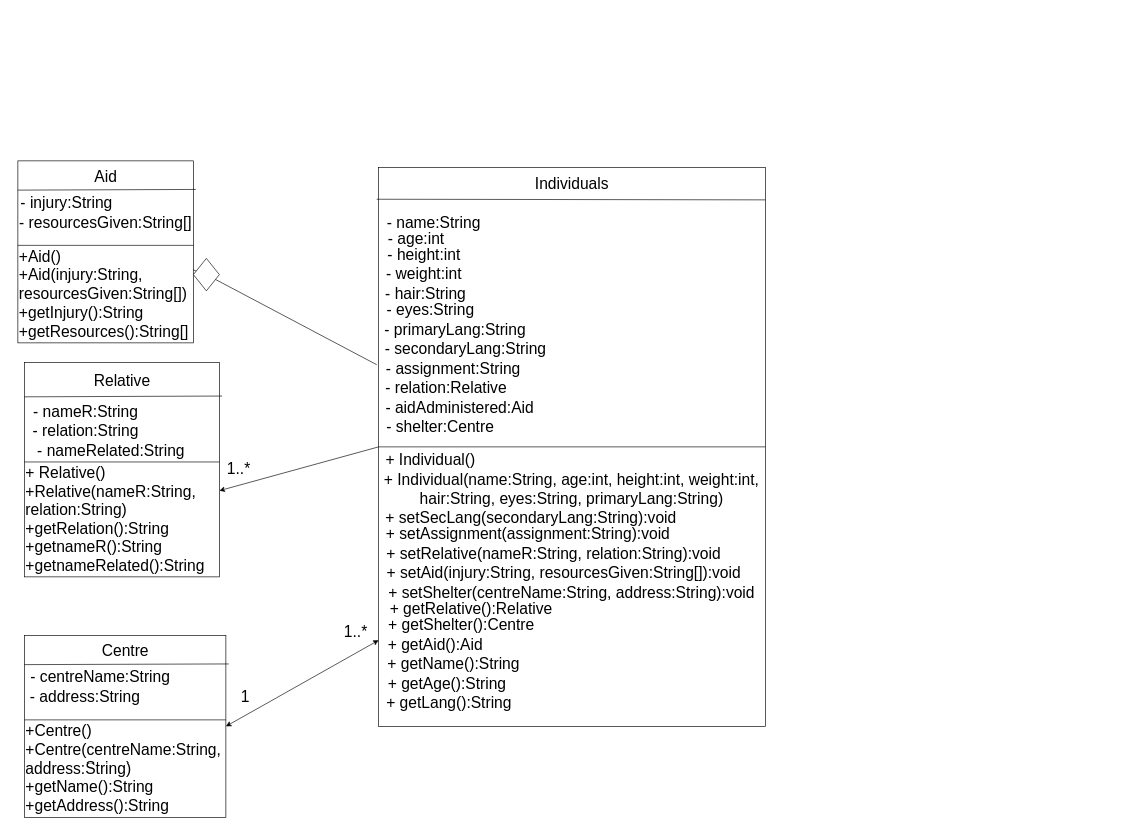
This is Group project 1/disaster_relief_system.drawio from Hisada-VI/ENSF-380-assignments, a draw.io file, before an edit. Source tidied: cells renumbered, new cells numbered last; positions are measured from the earlier drawing's top-left corner, leaving out a move shared by most shapes. Both pictures are drawn from the tidied source at 65%, with x=0, y=0 at pixel (11, 161).
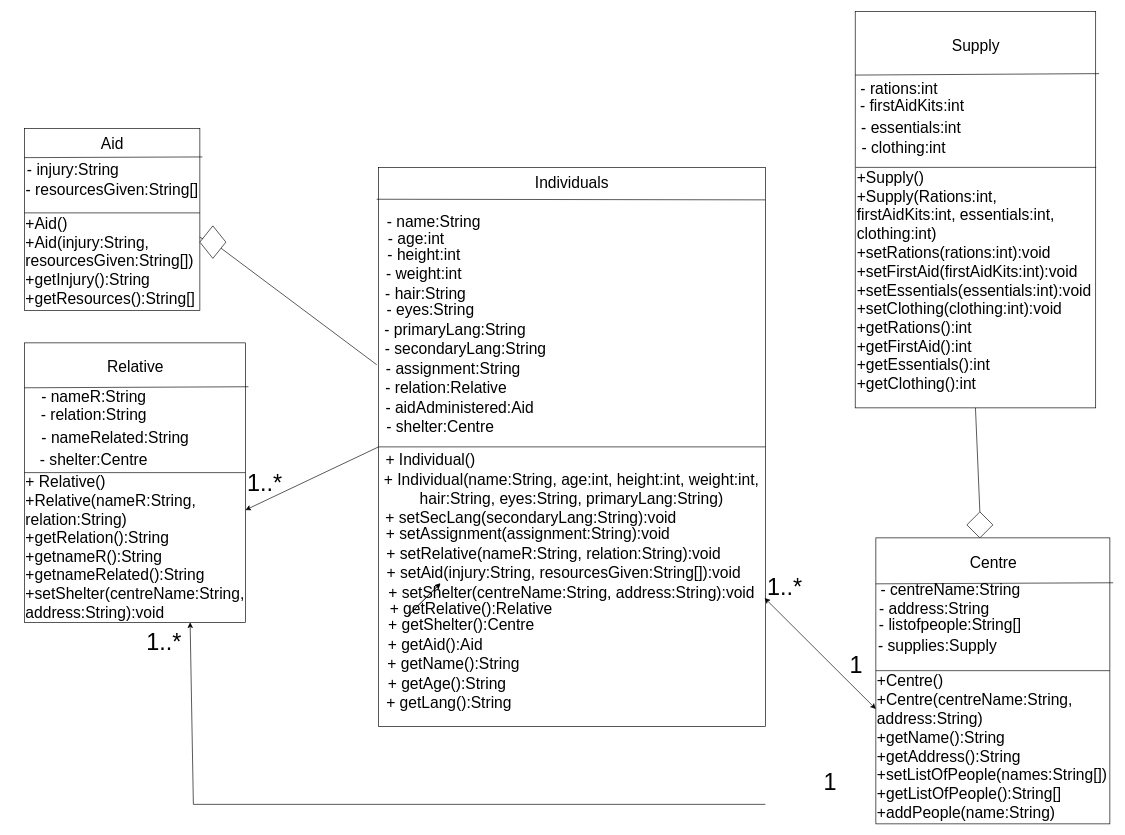
The same diagram, later.

Unchanged cells that the change refers to:
```xml
<mxCell id="11" style="rounded=0;whiteSpace=wrap;html=1;" parent="10" vertex="1">
  <mxGeometry x="25" width="595" height="860" as="geometry" />
</mxCell>
<mxCell id="33" value="+ setShelter(centreName:String, address:String):void" style="text;html=1;strokeColor=none;fillColor=none;align=center;verticalAlign=middle;whiteSpace=wrap;rounded=0;fontSize=24;" parent="10" vertex="1">
  <mxGeometry x="25" y="640" width="593.8" height="30" as="geometry" />
</mxCell>
<mxCell id="36" value="+ getAid():Aid" style="text;html=1;strokeColor=none;fillColor=none;align=center;verticalAlign=middle;whiteSpace=wrap;rounded=0;fontSize=24;" parent="10" vertex="1">
  <mxGeometry x="25" y="720" width="175" height="30" as="geometry" />
</mxCell>
```

What changed in the source:
```diff
@@
     <mxCell id="2" style="group;" parent="1" vertex="1">
-      <mxGeometry x="10" width="270" height="280" as="geometry" />
+      <mxGeometry x="20" y="-50" width="270" height="280" as="geometry" />
     </mxCell>
@@
     <mxCell id="40" style="group;" parent="1" vertex="1">
-      <mxGeometry x="20" y="730" width="310" height="280" as="geometry" />
+      <mxGeometry x="1330" y="580" width="360" height="440" as="geometry" />
     </mxCell>
     <mxCell id="41" style="rounded=0;whiteSpace=wrap;html=1;" parent="40" vertex="1">
-      <mxGeometry width="310" height="280" as="geometry" />
+      <mxGeometry width="360" height="440" as="geometry" />
     </mxCell>
     <mxCell id="42" value="&lt;font style=&quot;font-size: 24px;&quot;&gt;Centre&lt;/font&gt;" style="text;html=1;strokeColor=none;fillColor=none;align=center;verticalAlign=middle;whiteSpace=wrap;rounded=0;" parent="40" vertex="1">
-      <mxGeometry x="95.3" width="120.6" height="50" as="geometry" />
+      <mxGeometry x="110.7" width="140" height="78.6" as="geometry" />
     </mxCell>
     <mxCell id="43" style="endArrow=none;html=1;fontSize=24;entryX=1.014;entryY=0.157;entryDx=0;entryDy=0;entryPerimeter=0;" parent="40" edge="1" target="41">
       <mxGeometry relative="1" as="geometry">
-        <mxPoint y="45" as="sourcePoint" />
+        <mxPoint y="70.7" as="sourcePoint" />
       </mxGeometry>
     </mxCell>
     <mxCell id="44" value="- centreName:String" style="text;html=1;strokeColor=none;fillColor=none;align=center;verticalAlign=middle;whiteSpace=wrap;rounded=0;fontSize=24;" parent="40" vertex="1">
-      <mxGeometry y="50" width="234.1" height="30" as="geometry" />
+      <mxGeometry x="-21.1" y="70" width="271.8" height="21.4" as="geometry" />
     </mxCell>
     <mxCell id="45" value="- address:String" style="text;html=1;strokeColor=none;fillColor=none;align=center;verticalAlign=middle;whiteSpace=wrap;rounded=0;fontSize=24;" parent="40" vertex="1">
-      <mxGeometry x="-10" y="80" width="206.7" height="30" as="geometry" />
+      <mxGeometry x="-30" y="100" width="240" height="17" as="geometry" />
     </mxCell>
-    <mxCell id="46" value="&lt;div style=&quot;&quot;&gt;&lt;span style=&quot;background-color: initial;&quot;&gt;+Centre()&lt;/span&gt;&lt;/div&gt;&lt;div style=&quot;&quot;&gt;&lt;span style=&quot;background-color: initial;&quot;&gt;+Centre(centreName:String, address:String)&lt;/span&gt;&lt;br&gt;&lt;/div&gt;&lt;div style=&quot;&quot;&gt;&lt;span style=&quot;background-color: initial;&quot;&gt;+getName():String&lt;/span&gt;&lt;/div&gt;&lt;div style=&quot;&quot;&gt;&lt;span style=&quot;background-color: initial;&quot;&gt;+getAddress():String&lt;/span&gt;&lt;/div&gt;" style="text;html=1;strokeColor=none;fillColor=none;align=left;verticalAlign=middle;whiteSpace=wrap;rounded=0;fontSize=24;" parent="40" vertex="1">
-      <mxGeometry y="130" width="310" height="150" as="geometry" />
+    <mxCell id="46" value="&lt;div style=&quot;&quot;&gt;&lt;span style=&quot;background-color: initial;&quot;&gt;+Centre()&lt;/span&gt;&lt;/div&gt;&lt;div style=&quot;&quot;&gt;&lt;span style=&quot;background-color: initial;&quot;&gt;+Centre(centreName:String, address:String)&lt;/span&gt;&lt;br&gt;&lt;/div&gt;&lt;div style=&quot;&quot;&gt;&lt;span style=&quot;background-color: initial;&quot;&gt;+getName():String&lt;/span&gt;&lt;/div&gt;&lt;div style=&quot;&quot;&gt;&lt;span style=&quot;background-color: initial;&quot;&gt;+getAddress():String&lt;/span&gt;&lt;/div&gt;&lt;div style=&quot;&quot;&gt;&lt;span style=&quot;background-color: initial;&quot;&gt;+setListOfPeople(names:String[])&lt;/span&gt;&lt;/div&gt;&lt;div style=&quot;&quot;&gt;+getListOfPeople():String[]&lt;span style=&quot;background-color: initial;&quot;&gt;&lt;br&gt;&lt;/span&gt;&lt;/div&gt;&lt;div style=&quot;&quot;&gt;+addPeople(name:String)&lt;br&gt;&lt;/div&gt;" style="text;html=1;strokeColor=none;fillColor=none;align=left;verticalAlign=middle;whiteSpace=wrap;rounded=0;fontSize=24;" parent="40" vertex="1">
+      <mxGeometry y="204.3" width="360" height="235.7" as="geometry" />
     </mxCell>
@@
-    <mxCell id="48" style="group;" parent="1" vertex="1">
-      <mxGeometry x="20" y="310" width="300" height="330" as="geometry" />
-    </mxCell>
-    <mxCell id="49" style="rounded=0;whiteSpace=wrap;html=1;" parent="48" vertex="1">
-      <mxGeometry width="300" height="330" as="geometry" />
-    </mxCell>
-    <mxCell id="50" value="&lt;font style=&quot;font-size: 24px;&quot;&gt;Relative&lt;/font&gt;" style="text;html=1;strokeColor=none;fillColor=none;align=center;verticalAlign=middle;whiteSpace=wrap;rounded=0;" parent="48" vertex="1">
-      <mxGeometry x="92.2" width="116.7" height="58.9" as="geometry" />
-    </mxCell>
-    <mxCell id="51" style="endArrow=none;html=1;fontSize=24;entryX=1.014;entryY=0.157;entryDx=0;entryDy=0;entryPerimeter=0;" parent="48" edge="1" target="49">
-      <mxGeometry relative="1" as="geometry">
-        <mxPoint y="53" as="sourcePoint" />
-      </mxGeometry>
-    </mxCell>
-    <mxCell id="52" value="- nameR:String" style="text;html=1;strokeColor=none;fillColor=none;align=center;verticalAlign=middle;whiteSpace=wrap;rounded=0;fontSize=24;" parent="48" vertex="1">
-      <mxGeometry y="58.9" width="188.9" height="35.4" as="geometry" />
-    </mxCell>
-    <mxCell id="53" value="- relation:String" style="text;html=1;strokeColor=none;fillColor=none;align=center;verticalAlign=middle;whiteSpace=wrap;rounded=0;fontSize=24;" parent="48" vertex="1">
-      <mxGeometry y="94.3" width="188.9" height="23.6" as="geometry" />
-    </mxCell>
-    <mxCell id="54" value="&lt;div style=&quot;&quot;&gt;&lt;span style=&quot;background-color: initial;&quot;&gt;+ Relative()&lt;/span&gt;&lt;/div&gt;&lt;div style=&quot;&quot;&gt;&lt;span style=&quot;background-color: initial;&quot;&gt;+Relative(nameR:String, relation:String)&lt;/span&gt;&lt;/div&gt;&lt;div style=&quot;&quot;&gt;&lt;span style=&quot;background-color: initial;&quot;&gt;+getRelation():String&lt;/span&gt;&lt;/div&gt;&lt;div style=&quot;&quot;&gt;&lt;span style=&quot;background-color: initial;&quot;&gt;+getnameR():String&lt;/span&gt;&lt;/div&gt;&lt;div style=&quot;&quot;&gt;&lt;span style=&quot;background-color: initial;&quot;&gt;+getnameRelated():String&lt;/span&gt;&lt;/div&gt;" style="text;html=1;strokeColor=none;fillColor=none;align=left;verticalAlign=middle;whiteSpace=wrap;rounded=0;fontSize=24;" parent="48" vertex="1">
-      <mxGeometry y="153.2" width="300" height="176.8" as="geometry" />
-    </mxCell>
-    <mxCell id="55" style="endArrow=none;html=1;fontSize=24;exitX=0;exitY=0;exitDx=0;exitDy=0;entryX=1;entryY=0;entryDx=0;entryDy=0;" parent="48" edge="1" source="54" target="54">
-      <mxGeometry relative="1" as="geometry" />
-    </mxCell>
-    <mxCell id="56" value="- nameRelated:String" style="text;html=1;strokeColor=none;fillColor=none;align=center;verticalAlign=middle;whiteSpace=wrap;rounded=0;fontSize=24;" parent="48" vertex="1">
-      <mxGeometry y="117.9" width="266.7" height="35.4" as="geometry" />
-    </mxCell>
+    <mxCell id="65" value="- listofpeople:String[]" style="text;html=1;strokeColor=none;fillColor=none;align=center;verticalAlign=middle;whiteSpace=wrap;rounded=0;fontSize=24;" parent="40" vertex="1">
+      <mxGeometry x="-30.9" y="120" width="291.3" height="30.6" as="geometry" />
+    </mxCell>
+    <mxCell id="66" value="- supplies:Supply" style="text;html=1;strokeColor=none;fillColor=none;align=center;verticalAlign=middle;whiteSpace=wrap;rounded=0;fontSize=24;" parent="40" vertex="1">
+      <mxGeometry y="150.6" width="190" height="30.6" as="geometry" />
+    </mxCell>
-    <mxCell id="57" style="endArrow=classic;html=1;exitX=0;exitY=0.5;exitDx=0;exitDy=0;entryX=1;entryY=0.25;entryDx=0;entryDy=0;" parent="1" edge="1" source="11" target="54">
+    <mxCell id="57" style="endArrow=classic;html=1;exitX=0;exitY=0.5;exitDx=0;exitDy=0;entryX=1;entryY=0.25;entryDx=0;entryDy=0;" parent="1" edge="1" source="11" target="70">
       <mxGeometry relative="1" as="geometry" />
     </mxCell>
-    <mxCell id="58" value="&lt;font style=&quot;font-size: 24px;&quot;&gt;1..*&lt;/font&gt;" style="text;html=1;strokeColor=none;fillColor=none;align=center;verticalAlign=middle;whiteSpace=wrap;rounded=0;" parent="1" vertex="1">
-      <mxGeometry x="320" y="460" width="60" height="30" as="geometry" />
+    <mxCell id="58" value="&lt;font style=&quot;font-size: 36px;&quot;&gt;1..*&lt;/font&gt;" style="text;html=1;strokeColor=none;fillColor=none;align=center;verticalAlign=middle;whiteSpace=wrap;rounded=0;" parent="1" vertex="1">
+      <mxGeometry x="360" y="480" width="60" height="30" as="geometry" />
     </mxCell>
@@
     <mxCell id="60" style="endArrow=none;html=1;fontSize=24;entryX=-0.005;entryY=0.353;entryDx=0;entryDy=0;entryPerimeter=0;" parent="1" edge="1" target="61">
       <mxGeometry relative="1" as="geometry">
-        <mxPoint x="310" y="180" as="sourcePoint" />
+        <mxPoint x="320" y="130" as="sourcePoint" />
       </mxGeometry>
     </mxCell>
-    <mxCell id="61" style="rhombus;whiteSpace=wrap;html=1;fontSize=24;" parent="1" vertex="1">
-      <mxGeometry x="280" y="150" width="40" height="50" as="geometry" />
+    <mxCell id="61" style="rhombus;whiteSpace=wrap;html=1;fontSize=24;fillColor=#FFFFFF;" parent="1" vertex="1">
+      <mxGeometry x="290" y="100" width="40" height="50" as="geometry" />
     </mxCell>
-    <mxCell id="62" style="endArrow=classic;startArrow=classic;html=1;fontSize=24;exitX=1;exitY=0.5;exitDx=0;exitDy=0;entryX=0;entryY=0.25;entryDx=0;entryDy=0;" parent="1" edge="1" source="41" target="36">
-      <mxGeometry relative="1" as="geometry" />
-    </mxCell>
-    <mxCell id="63" value="&lt;font style=&quot;font-size: 24px;&quot;&gt;1&lt;/font&gt;" style="text;html=1;strokeColor=none;fillColor=none;align=center;verticalAlign=middle;whiteSpace=wrap;rounded=0;" parent="1" vertex="1">
-      <mxGeometry x="330" y="810" width="60" height="30" as="geometry" />
+    <mxCell id="63" value="&lt;font style=&quot;font-size: 36px;&quot;&gt;1&lt;/font&gt;" style="text;html=1;strokeColor=none;fillColor=none;align=center;verticalAlign=middle;whiteSpace=wrap;rounded=0;" parent="1" vertex="1">
+      <mxGeometry x="1270" y="760" width="60" height="30" as="geometry" />
     </mxCell>
-    <mxCell id="64" value="&lt;font style=&quot;font-size: 24px;&quot;&gt;1..*&lt;/font&gt;" style="text;html=1;strokeColor=none;fillColor=none;align=center;verticalAlign=middle;whiteSpace=wrap;rounded=0;" parent="1" vertex="1">
-      <mxGeometry x="500" y="710" width="60" height="30" as="geometry" />
+    <mxCell id="64" value="&lt;font style=&quot;font-size: 36px;&quot;&gt;1..*&lt;/font&gt;" style="text;html=1;strokeColor=none;fillColor=none;align=center;verticalAlign=middle;whiteSpace=wrap;rounded=0;" parent="1" vertex="1">
+      <mxGeometry x="1160" y="640" width="60" height="30" as="geometry" />
     </mxCell>
+    <mxCell id="67" style="group;" parent="1" vertex="1">
+      <mxGeometry x="20" y="280" width="340" height="430" as="geometry" />
+    </mxCell>
+    <mxCell id="68" style="rounded=0;whiteSpace=wrap;html=1;" parent="67" vertex="1">
+      <mxGeometry width="340" height="430" as="geometry" />
+    </mxCell>
+    <mxCell id="50" value="&lt;font style=&quot;font-size: 24px;&quot;&gt;Relative&lt;/font&gt;" style="text;html=1;strokeColor=none;fillColor=none;align=center;verticalAlign=middle;whiteSpace=wrap;rounded=0;" parent="67" vertex="1">
+      <mxGeometry x="104.5" width="132.2" height="76.8" as="geometry" />
+    </mxCell>
+    <mxCell id="69" style="endArrow=none;html=1;fontSize=24;entryX=1.014;entryY=0.157;entryDx=0;entryDy=0;entryPerimeter=0;" parent="67" edge="1" target="68">
+      <mxGeometry relative="1" as="geometry">
+        <mxPoint y="69.1" as="sourcePoint" />
+      </mxGeometry>
+    </mxCell>
+    <mxCell id="52" value="- nameR:String" style="text;html=1;strokeColor=none;fillColor=none;align=center;verticalAlign=middle;whiteSpace=wrap;rounded=0;fontSize=24;" parent="67" vertex="1">
+      <mxGeometry y="76.8" width="214.1" height="14.4" as="geometry" />
+    </mxCell>
+    <mxCell id="53" value="- relation:String" style="text;html=1;strokeColor=none;fillColor=none;align=center;verticalAlign=middle;whiteSpace=wrap;rounded=0;fontSize=24;" parent="67" vertex="1">
+      <mxGeometry y="92.2" width="214.1" height="38.2" as="geometry" />
+    </mxCell>
+    <mxCell id="70" value="&lt;div style=&quot;&quot;&gt;&lt;span style=&quot;background-color: initial;&quot;&gt;+ Relative()&lt;/span&gt;&lt;/div&gt;&lt;div style=&quot;&quot;&gt;&lt;span style=&quot;background-color: initial;&quot;&gt;+Relative(nameR:String, relation:String)&lt;/span&gt;&lt;/div&gt;&lt;div style=&quot;&quot;&gt;&lt;span style=&quot;background-color: initial;&quot;&gt;+getRelation():String&lt;/span&gt;&lt;/div&gt;&lt;div style=&quot;&quot;&gt;&lt;span style=&quot;background-color: initial;&quot;&gt;+getnameR():String&lt;/span&gt;&lt;/div&gt;&lt;div style=&quot;&quot;&gt;&lt;span style=&quot;background-color: initial;&quot;&gt;+getnameRelated():String&lt;/span&gt;&lt;/div&gt;&lt;div style=&quot;&quot;&gt;&lt;span style=&quot;text-align: center;&quot;&gt;+setShelter(centreName:String, address:String):void&lt;/span&gt;&lt;span style=&quot;background-color: initial;&quot;&gt;&lt;br&gt;&lt;/span&gt;&lt;/div&gt;" style="text;html=1;strokeColor=none;fillColor=none;align=left;verticalAlign=middle;whiteSpace=wrap;rounded=0;fontSize=24;" parent="67" vertex="1">
+      <mxGeometry y="199.6" width="340" height="230.4" as="geometry" />
+    </mxCell>
+    <mxCell id="71" style="endArrow=none;html=1;fontSize=24;exitX=0;exitY=0;exitDx=0;exitDy=0;entryX=1;entryY=0;entryDx=0;entryDy=0;" parent="67" edge="1" source="70" target="70">
+      <mxGeometry relative="1" as="geometry" />
+    </mxCell>
+    <mxCell id="56" value="- nameRelated:String" style="text;html=1;strokeColor=none;fillColor=none;align=center;verticalAlign=middle;whiteSpace=wrap;rounded=0;fontSize=24;" parent="67" vertex="1">
+      <mxGeometry x="-11.3" y="122.9" width="302.2" height="46.1" as="geometry" />
+    </mxCell>
+    <mxCell id="72" value="- shelter:Centre" style="text;html=1;strokeColor=none;fillColor=none;align=center;verticalAlign=middle;whiteSpace=wrap;rounded=0;fontSize=24;" parent="67" vertex="1">
+      <mxGeometry y="161.5" width="214.1" height="38.2" as="geometry" />
+    </mxCell>
+    <mxCell id="62" style="endArrow=classic;startArrow=classic;html=1;fontSize=24;exitX=0;exitY=0.25;exitDx=0;exitDy=0;entryX=1;entryY=0.75;entryDx=0;entryDy=0;" parent="1" edge="1" source="46" target="33">
+      <mxGeometry relative="1" as="geometry" />
+    </mxCell>
+    <mxCell id="73" style="endArrow=classic;html=1;" parent="1" edge="1">
+      <mxGeometry relative="1" as="geometry">
+        <mxPoint x="610" y="700" as="sourcePoint" />
+        <mxPoint x="660" y="650" as="targetPoint" />
+      </mxGeometry>
+    </mxCell>
+    <mxCell id="74" value="&lt;font style=&quot;font-size: 36px;&quot;&gt;1&lt;/font&gt;" style="text;html=1;strokeColor=none;fillColor=none;align=center;verticalAlign=middle;whiteSpace=wrap;rounded=0;" parent="1" vertex="1">
+      <mxGeometry x="1230" y="940" width="60" height="30" as="geometry" />
+    </mxCell>
+    <mxCell id="75" value="&lt;font style=&quot;font-size: 36px;&quot;&gt;1..*&lt;/font&gt;" style="text;html=1;strokeColor=none;fillColor=none;align=center;verticalAlign=middle;whiteSpace=wrap;rounded=0;" parent="1" vertex="1">
+      <mxGeometry x="200" y="720" width="70" height="40" as="geometry" />
+    </mxCell>
+    <mxCell id="76" style="endArrow=classic;html=1;" parent="1" edge="1">
+      <mxGeometry relative="1" as="geometry">
+        <mxPoint x="610" y="700" as="sourcePoint" />
+        <mxPoint x="660" y="650" as="targetPoint" />
+      </mxGeometry>
+    </mxCell>
+    <mxCell id="77" style="endArrow=classic;html=1;entryX=0.75;entryY=1;entryDx=0;entryDy=0;" parent="1" edge="1" target="70">
+      <mxGeometry relative="1" as="geometry">
+        <mxPoint x="280" y="990" as="sourcePoint" />
+      </mxGeometry>
+    </mxCell>
+    <mxCell id="78" style="endArrow=none;html=1;" parent="1" edge="1">
+      <mxGeometry relative="1" as="geometry">
+        <mxPoint x="280" y="990" as="sourcePoint" />
+        <mxPoint x="1160" y="990" as="targetPoint" />
+      </mxGeometry>
+    </mxCell>
+    <mxCell id="79" style="group;" parent="1" vertex="1">
+      <mxGeometry x="1298.2" y="-230" width="370.7" height="610" as="geometry" />
+    </mxCell>
+    <mxCell id="80" style="rounded=0;whiteSpace=wrap;html=1;" parent="79" vertex="1">
+      <mxGeometry width="370" height="610" as="geometry" />
+    </mxCell>
+    <mxCell id="81" value="&lt;font style=&quot;font-size: 24px;&quot;&gt;Supply&lt;/font&gt;" style="text;html=1;strokeColor=none;fillColor=none;align=center;verticalAlign=middle;whiteSpace=wrap;rounded=0;" parent="79" vertex="1">
+      <mxGeometry x="113.7" width="143.9" height="108.9" as="geometry" />
+    </mxCell>
+    <mxCell id="82" style="endArrow=none;html=1;fontSize=24;entryX=1.014;entryY=0.157;entryDx=0;entryDy=0;entryPerimeter=0;" parent="79" edge="1" target="80">
+      <mxGeometry relative="1" as="geometry">
+        <mxPoint y="98" as="sourcePoint" />
+      </mxGeometry>
+    </mxCell>
+    <mxCell id="83" value="- rations:int" style="text;html=1;strokeColor=none;fillColor=none;align=center;verticalAlign=middle;whiteSpace=wrap;rounded=0;fontSize=24;" parent="79" vertex="1">
+      <mxGeometry x="-13.9" y="108.9" width="163.9" height="20.5" as="geometry" />
+    </mxCell>
+    <mxCell id="84" value="- firstAidKits:int" style="text;html=1;strokeColor=none;fillColor=none;align=center;verticalAlign=middle;whiteSpace=wrap;rounded=0;fontSize=24;" parent="79" vertex="1">
+      <mxGeometry x="-13.9" y="129.4" width="203.9" height="30.6" as="geometry" />
+    </mxCell>
+    <mxCell id="85" value="&lt;div style=&quot;&quot;&gt;+Supply()&lt;/div&gt;&lt;div style=&quot;&quot;&gt;+Supply(Rations:int, firstAidKits:int, essentials:int, clothing:int)&lt;/div&gt;&lt;div style=&quot;&quot;&gt;+setRations(rations:int):void&lt;/div&gt;&lt;div style=&quot;&quot;&gt;+setFirstAid(firstAidKits:int):void&lt;/div&gt;&lt;div style=&quot;&quot;&gt;+setEssentials(essentials:int):void&lt;br&gt;&lt;/div&gt;&lt;div style=&quot;&quot;&gt;+setClothing(clothing:int):void&lt;br&gt;&lt;/div&gt;&lt;div style=&quot;&quot;&gt;&lt;div&gt;+getRations():int&lt;/div&gt;&lt;div&gt;+getFirstAid():int&lt;/div&gt;&lt;div&gt;+getEssentials():int&lt;br&gt;&lt;/div&gt;&lt;div&gt;+getClothing():int&lt;/div&gt;&lt;/div&gt;" style="text;html=1;strokeColor=none;fillColor=none;align=left;verticalAlign=middle;whiteSpace=wrap;rounded=0;fontSize=24;" parent="79" vertex="1">
+      <mxGeometry x="0.7" y="240" width="370" height="350" as="geometry" />
+    </mxCell>
+    <mxCell id="86" style="endArrow=none;html=1;fontSize=24;exitX=0;exitY=0;exitDx=0;exitDy=0;entryX=1;entryY=0;entryDx=0;entryDy=0;" parent="79" edge="1" source="85" target="85">
+      <mxGeometry relative="1" as="geometry" />
+    </mxCell>
+    <mxCell id="87" value="- essentials:int" style="text;html=1;strokeColor=none;fillColor=none;align=center;verticalAlign=middle;whiteSpace=wrap;rounded=0;fontSize=24;" parent="79" vertex="1">
+      <mxGeometry x="-23.2" y="160" width="219.1" height="38.5" as="geometry" />
+    </mxCell>
+    <mxCell id="88" value="- clothing:int" style="text;html=1;strokeColor=none;fillColor=none;align=center;verticalAlign=middle;whiteSpace=wrap;rounded=0;fontSize=24;" parent="79" vertex="1">
+      <mxGeometry x="-23.2" y="198.5" width="195.9" height="23.9" as="geometry" />
+    </mxCell>
+    <mxCell id="89" style="endArrow=none;html=1;fontSize=36;entryX=0.5;entryY=1;entryDx=0;entryDy=0;exitX=0.5;exitY=0;exitDx=0;exitDy=0;" parent="1" edge="1" source="90" target="80">
+      <mxGeometry relative="1" as="geometry" />
+    </mxCell>
+    <mxCell id="90" style="rhombus;whiteSpace=wrap;html=1;fontSize=36;fillColor=#FFFFFF;" parent="1" vertex="1">
+      <mxGeometry x="1470" y="540" width="40" height="40" as="geometry" />
+    </mxCell>
```
